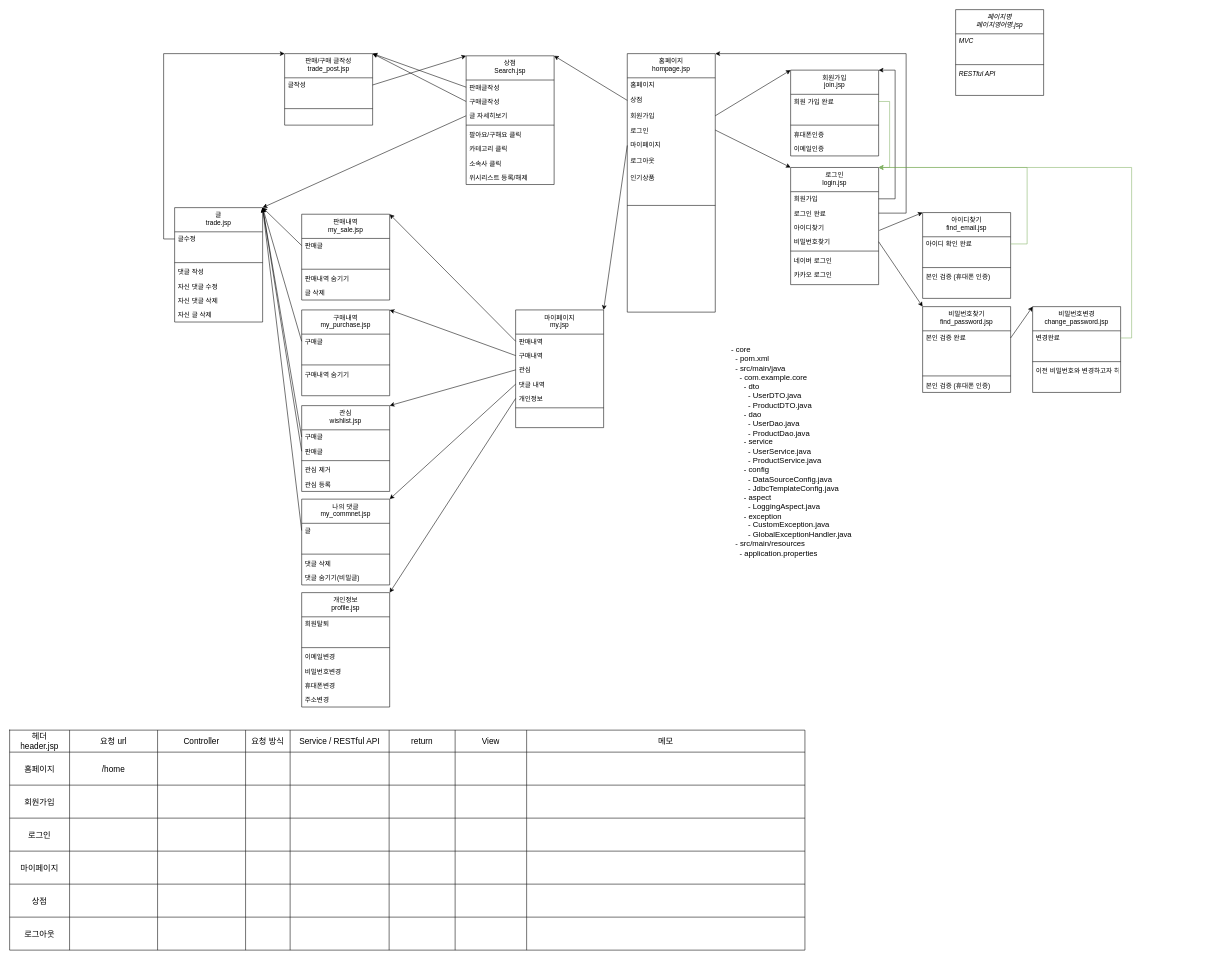
Earlier version of the draw.io diagram 프로젝트/다이어그램/굿즈원 흐름 다이어그램 2차.drawio (HoJinLee96/goodsone). Source tidied: cells renumbered, new cells numbered last; positions are measured from the earlier drawing's top-left corner, leaving out a move shared by most shapes. Both pictures are drawn from the tidied source at 55%, with x=0, y=0 at pixel (9, 9).
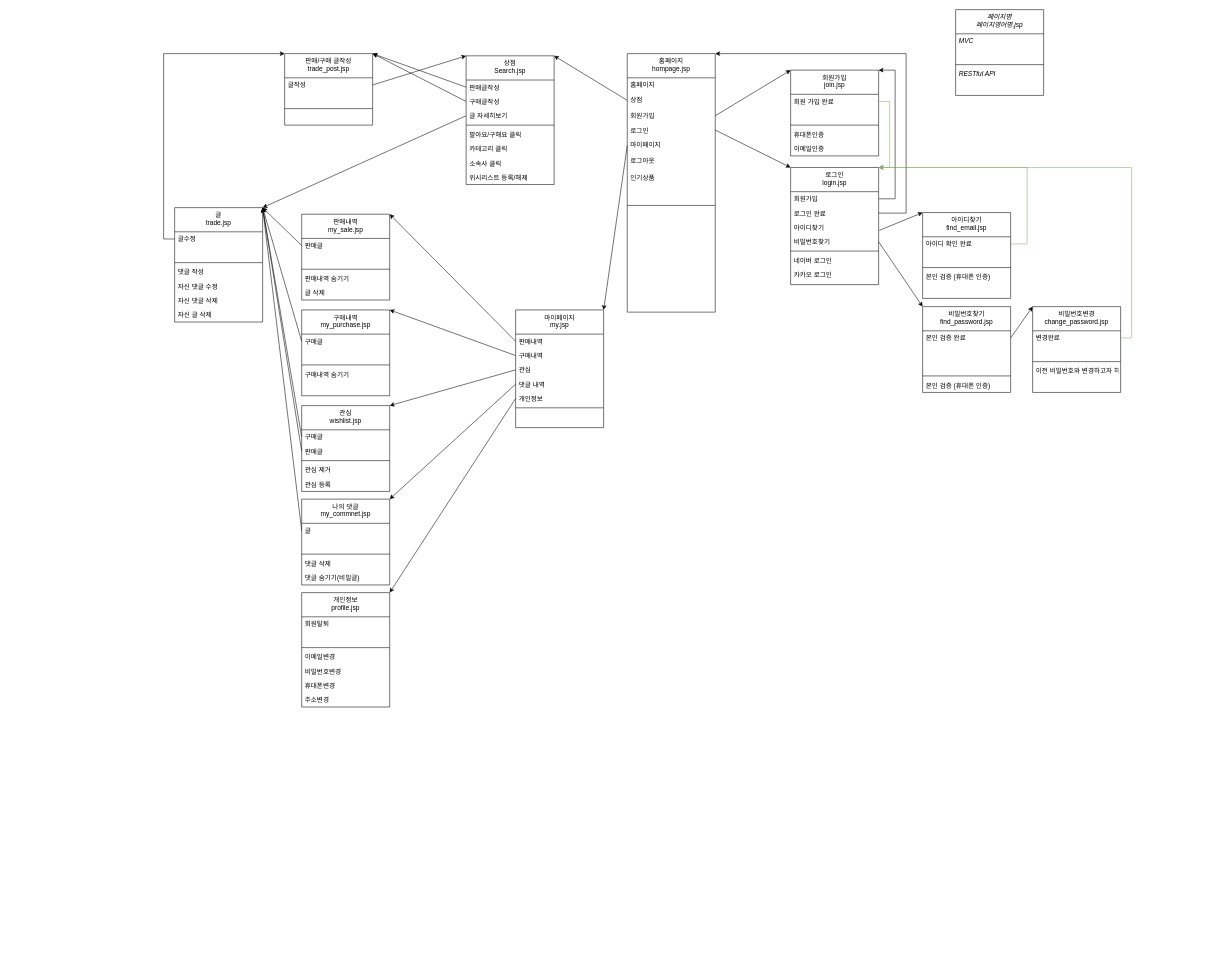
After the change.

What changed in the source:
```diff
@@
-    <mxCell id="138" style="shape=table;startSize=0;childLayout=tableLayout;fontSize=14;" parent="1" vertex="1">
-      <mxGeometry y="1310" width="1446" height="400" as="geometry" />
-    </mxCell>
-    <mxCell id="139" style="shape=tableRow;horizontal=0;startSize=0;swimlaneHead=0;swimlaneBody=0;strokeColor=inherit;top=0;left=0;bottom=0;right=0;fillColor=none;fontSize=16;" parent="138" vertex="1">
-      <mxGeometry width="1446" height="40" as="geometry" />
-    </mxCell>
-    <mxCell id="140" value="헤더&lt;br&gt;header.jsp" style="shape=partialRectangle;html=1;whiteSpace=wrap;strokeColor=inherit;overflow=hidden;fillColor=none;top=0;left=0;bottom=0;right=0;fontSize=15;" parent="139" vertex="1">
-      <mxGeometry width="109" height="40" as="geometry" />
-    </mxCell>
-    <mxCell id="141" value="요청 url" style="shape=partialRectangle;html=1;whiteSpace=wrap;strokeColor=inherit;overflow=hidden;fillColor=none;top=0;left=0;bottom=0;right=0;fontSize=15;" parent="139" vertex="1">
-      <mxGeometry x="109" width="160" height="40" as="geometry" />
-    </mxCell>
-    <mxCell id="142" value="Controller" style="shape=partialRectangle;html=1;whiteSpace=wrap;strokeColor=inherit;overflow=hidden;fillColor=none;top=0;left=0;bottom=0;right=0;fontSize=15;" parent="139" vertex="1">
-      <mxGeometry x="269" width="160" height="40" as="geometry" />
-    </mxCell>
-    <mxCell id="143" value="요청 방식" style="shape=partialRectangle;html=1;whiteSpace=wrap;strokeColor=inherit;overflow=hidden;fillColor=none;top=0;left=0;bottom=0;right=0;fontSize=15;" parent="139" vertex="1">
-      <mxGeometry x="429" width="81" height="40" as="geometry" />
-    </mxCell>
-    <mxCell id="144" value="Service / RESTful API" style="shape=partialRectangle;html=1;whiteSpace=wrap;strokeColor=inherit;overflow=hidden;fillColor=none;top=0;left=0;bottom=0;right=0;fontSize=15;" parent="139" vertex="1">
-      <mxGeometry x="510" width="180" height="40" as="geometry" />
-    </mxCell>
-    <mxCell id="145" value="return" style="shape=partialRectangle;html=1;whiteSpace=wrap;strokeColor=inherit;overflow=hidden;fillColor=none;top=0;left=0;bottom=0;right=0;fontSize=15;" parent="139" vertex="1">
-      <mxGeometry x="690" width="120" height="40" as="geometry" />
-    </mxCell>
-    <mxCell id="146" value="View" style="shape=partialRectangle;html=1;whiteSpace=wrap;strokeColor=inherit;overflow=hidden;fillColor=none;top=0;left=0;bottom=0;right=0;fontSize=15;" parent="139" vertex="1">
-      <mxGeometry x="810" width="130" height="40" as="geometry" />
-    </mxCell>
-    <mxCell id="147" value="메모" style="shape=partialRectangle;html=1;whiteSpace=wrap;strokeColor=inherit;overflow=hidden;fillColor=none;top=0;left=0;bottom=0;right=0;fontSize=15;" parent="139" vertex="1">
-      <mxGeometry x="940" width="506" height="40" as="geometry" />
-    </mxCell>
-    <mxCell id="148" style="shape=tableRow;horizontal=0;startSize=0;swimlaneHead=0;swimlaneBody=0;strokeColor=inherit;top=0;left=0;bottom=0;right=0;fillColor=none;fontSize=16;" parent="138" vertex="1">
-      <mxGeometry y="40" width="1446" height="60" as="geometry" />
-    </mxCell>
-    <mxCell id="149" value="홈페이지" style="shape=partialRectangle;html=1;whiteSpace=wrap;strokeColor=inherit;overflow=hidden;fillColor=none;top=0;left=0;bottom=0;right=0;fontSize=15;" parent="148" vertex="1">
-      <mxGeometry width="109" height="60" as="geometry" />
-    </mxCell>
-    <mxCell id="150" value="/home" style="shape=partialRectangle;html=1;whiteSpace=wrap;strokeColor=inherit;overflow=hidden;fillColor=none;top=0;left=0;bottom=0;right=0;fontSize=15;" parent="148" vertex="1">
-      <mxGeometry x="109" width="160" height="60" as="geometry" />
-    </mxCell>
-    <mxCell id="151" style="shape=partialRectangle;html=1;whiteSpace=wrap;strokeColor=inherit;overflow=hidden;fillColor=none;top=0;left=0;bottom=0;right=0;fontSize=15;" parent="148" vertex="1">
-      <mxGeometry x="269" width="160" height="60" as="geometry" />
-    </mxCell>
-    <mxCell id="152" style="shape=partialRectangle;html=1;whiteSpace=wrap;strokeColor=inherit;overflow=hidden;fillColor=none;top=0;left=0;bottom=0;right=0;fontSize=15;" parent="148" vertex="1">
-      <mxGeometry x="429" width="81" height="60" as="geometry" />
-    </mxCell>
-    <mxCell id="153" style="shape=partialRectangle;html=1;whiteSpace=wrap;strokeColor=inherit;overflow=hidden;fillColor=none;top=0;left=0;bottom=0;right=0;fontSize=15;" parent="148" vertex="1">
-      <mxGeometry x="510" width="180" height="60" as="geometry" />
-    </mxCell>
-    <mxCell id="154" style="shape=partialRectangle;html=1;whiteSpace=wrap;strokeColor=inherit;overflow=hidden;fillColor=none;top=0;left=0;bottom=0;right=0;fontSize=15;" parent="148" vertex="1">
-      <mxGeometry x="690" width="120" height="60" as="geometry" />
-    </mxCell>
-    <mxCell id="155" style="shape=partialRectangle;html=1;whiteSpace=wrap;strokeColor=inherit;overflow=hidden;fillColor=none;top=0;left=0;bottom=0;right=0;fontSize=15;" parent="148" vertex="1">
-      <mxGeometry x="810" width="130" height="60" as="geometry" />
-    </mxCell>
-    <mxCell id="156" style="shape=partialRectangle;html=1;whiteSpace=wrap;strokeColor=inherit;overflow=hidden;fillColor=none;top=0;left=0;bottom=0;right=0;fontSize=15;" parent="148" vertex="1">
-      <mxGeometry x="940" width="506" height="60" as="geometry" />
-    </mxCell>
-    <mxCell id="157" style="shape=tableRow;horizontal=0;startSize=0;swimlaneHead=0;swimlaneBody=0;strokeColor=inherit;top=0;left=0;bottom=0;right=0;fillColor=none;fontSize=16;" parent="138" vertex="1">
-      <mxGeometry y="100" width="1446" height="60" as="geometry" />
-    </mxCell>
-    <mxCell id="158" value="회원가입" style="shape=partialRectangle;html=1;whiteSpace=wrap;strokeColor=inherit;overflow=hidden;fillColor=none;top=0;left=0;bottom=0;right=0;fontSize=15;" parent="157" vertex="1">
-      <mxGeometry width="109" height="60" as="geometry" />
-    </mxCell>
-    <mxCell id="159" style="shape=partialRectangle;html=1;whiteSpace=wrap;strokeColor=inherit;overflow=hidden;fillColor=none;top=0;left=0;bottom=0;right=0;fontSize=15;" parent="157" vertex="1">
-      <mxGeometry x="109" width="160" height="60" as="geometry" />
-    </mxCell>
-    <mxCell id="160" style="shape=partialRectangle;html=1;whiteSpace=wrap;strokeColor=inherit;overflow=hidden;fillColor=none;top=0;left=0;bottom=0;right=0;fontSize=15;" parent="157" vertex="1">
-      <mxGeometry x="269" width="160" height="60" as="geometry" />
-    </mxCell>
-    <mxCell id="161" style="shape=partialRectangle;html=1;whiteSpace=wrap;strokeColor=inherit;overflow=hidden;fillColor=none;top=0;left=0;bottom=0;right=0;fontSize=15;" parent="157" vertex="1">
-      <mxGeometry x="429" width="81" height="60" as="geometry" />
-    </mxCell>
-    <mxCell id="162" style="shape=partialRectangle;html=1;whiteSpace=wrap;strokeColor=inherit;overflow=hidden;fillColor=none;top=0;left=0;bottom=0;right=0;fontSize=15;" parent="157" vertex="1">
-      <mxGeometry x="510" width="180" height="60" as="geometry" />
-    </mxCell>
-    <mxCell id="163" style="shape=partialRectangle;html=1;whiteSpace=wrap;strokeColor=inherit;overflow=hidden;fillColor=none;top=0;left=0;bottom=0;right=0;fontSize=15;" parent="157" vertex="1">
-      <mxGeometry x="690" width="120" height="60" as="geometry" />
-    </mxCell>
-    <mxCell id="164" style="shape=partialRectangle;html=1;whiteSpace=wrap;strokeColor=inherit;overflow=hidden;fillColor=none;top=0;left=0;bottom=0;right=0;fontSize=15;" parent="157" vertex="1">
-      <mxGeometry x="810" width="130" height="60" as="geometry" />
-    </mxCell>
-    <mxCell id="165" style="shape=partialRectangle;html=1;whiteSpace=wrap;strokeColor=inherit;overflow=hidden;fillColor=none;top=0;left=0;bottom=0;right=0;fontSize=15;" parent="157" vertex="1">
-      <mxGeometry x="940" width="506" height="60" as="geometry" />
-    </mxCell>
-    <mxCell id="166" style="shape=tableRow;horizontal=0;startSize=0;swimlaneHead=0;swimlaneBody=0;strokeColor=inherit;top=0;left=0;bottom=0;right=0;fillColor=none;fontSize=16;" parent="138" vertex="1">
-      <mxGeometry y="160" width="1446" height="60" as="geometry" />
-    </mxCell>
-    <mxCell id="167" value="로그인" style="shape=partialRectangle;html=1;whiteSpace=wrap;strokeColor=inherit;overflow=hidden;fillColor=none;top=0;left=0;bottom=0;right=0;fontSize=15;" parent="166" vertex="1">
-      <mxGeometry width="109" height="60" as="geometry" />
-    </mxCell>
-    <mxCell id="168" style="shape=partialRectangle;html=1;whiteSpace=wrap;strokeColor=inherit;overflow=hidden;fillColor=none;top=0;left=0;bottom=0;right=0;fontSize=15;" parent="166" vertex="1">
-      <mxGeometry x="109" width="160" height="60" as="geometry" />
-    </mxCell>
-    <mxCell id="169" style="shape=partialRectangle;html=1;whiteSpace=wrap;strokeColor=inherit;overflow=hidden;fillColor=none;top=0;left=0;bottom=0;right=0;fontSize=15;" parent="166" vertex="1">
-      <mxGeometry x="269" width="160" height="60" as="geometry" />
-    </mxCell>
-    <mxCell id="170" style="shape=partialRectangle;html=1;whiteSpace=wrap;strokeColor=inherit;overflow=hidden;fillColor=none;top=0;left=0;bottom=0;right=0;fontSize=15;" parent="166" vertex="1">
-      <mxGeometry x="429" width="81" height="60" as="geometry" />
-    </mxCell>
-    <mxCell id="171" style="shape=partialRectangle;html=1;whiteSpace=wrap;strokeColor=inherit;overflow=hidden;fillColor=none;top=0;left=0;bottom=0;right=0;fontSize=15;" parent="166" vertex="1">
-      <mxGeometry x="510" width="180" height="60" as="geometry" />
-    </mxCell>
-    <mxCell id="172" style="shape=partialRectangle;html=1;whiteSpace=wrap;strokeColor=inherit;overflow=hidden;fillColor=none;top=0;left=0;bottom=0;right=0;fontSize=15;" parent="166" vertex="1">
-      <mxGeometry x="690" width="120" height="60" as="geometry" />
-    </mxCell>
-    <mxCell id="173" style="shape=partialRectangle;html=1;whiteSpace=wrap;strokeColor=inherit;overflow=hidden;fillColor=none;top=0;left=0;bottom=0;right=0;fontSize=15;" parent="166" vertex="1">
-      <mxGeometry x="810" width="130" height="60" as="geometry" />
-    </mxCell>
-    <mxCell id="174" style="shape=partialRectangle;html=1;whiteSpace=wrap;strokeColor=inherit;overflow=hidden;fillColor=none;top=0;left=0;bottom=0;right=0;fontSize=15;" parent="166" vertex="1">
-      <mxGeometry x="940" width="506" height="60" as="geometry" />
-    </mxCell>
-    <mxCell id="175" style="shape=tableRow;horizontal=0;startSize=0;swimlaneHead=0;swimlaneBody=0;strokeColor=inherit;top=0;left=0;bottom=0;right=0;fillColor=none;fontSize=16;" parent="138" vertex="1">
-      <mxGeometry y="220" width="1446" height="60" as="geometry" />
-    </mxCell>
-    <mxCell id="176" value="마이페이지" style="shape=partialRectangle;html=1;whiteSpace=wrap;strokeColor=inherit;overflow=hidden;fillColor=none;top=0;left=0;bottom=0;right=0;fontSize=15;" parent="175" vertex="1">
-      <mxGeometry width="109" height="60" as="geometry" />
-    </mxCell>
-    <mxCell id="177" style="shape=partialRectangle;html=1;whiteSpace=wrap;strokeColor=inherit;overflow=hidden;fillColor=none;top=0;left=0;bottom=0;right=0;fontSize=15;" parent="175" vertex="1">
-      <mxGeometry x="109" width="160" height="60" as="geometry" />
-    </mxCell>
-    <mxCell id="178" style="shape=partialRectangle;html=1;whiteSpace=wrap;strokeColor=inherit;overflow=hidden;fillColor=none;top=0;left=0;bottom=0;right=0;fontSize=15;" parent="175" vertex="1">
-      <mxGeometry x="269" width="160" height="60" as="geometry" />
-    </mxCell>
-    <mxCell id="179" style="shape=partialRectangle;html=1;whiteSpace=wrap;strokeColor=inherit;overflow=hidden;fillColor=none;top=0;left=0;bottom=0;right=0;fontSize=15;" parent="175" vertex="1">
-      <mxGeometry x="429" width="81" height="60" as="geometry" />
-    </mxCell>
-    <mxCell id="180" style="shape=partialRectangle;html=1;whiteSpace=wrap;strokeColor=inherit;overflow=hidden;fillColor=none;top=0;left=0;bottom=0;right=0;fontSize=15;" parent="175" vertex="1">
-      <mxGeometry x="510" width="180" height="60" as="geometry" />
-    </mxCell>
-    <mxCell id="181" style="shape=partialRectangle;html=1;whiteSpace=wrap;strokeColor=inherit;overflow=hidden;fillColor=none;top=0;left=0;bottom=0;right=0;fontSize=15;" parent="175" vertex="1">
-      <mxGeometry x="690" width="120" height="60" as="geometry" />
-    </mxCell>
-    <mxCell id="182" style="shape=partialRectangle;html=1;whiteSpace=wrap;strokeColor=inherit;overflow=hidden;fillColor=none;top=0;left=0;bottom=0;right=0;fontSize=15;" parent="175" vertex="1">
-      <mxGeometry x="810" width="130" height="60" as="geometry" />
-    </mxCell>
-    <mxCell id="183" style="shape=partialRectangle;html=1;whiteSpace=wrap;strokeColor=inherit;overflow=hidden;fillColor=none;top=0;left=0;bottom=0;right=0;fontSize=15;" parent="175" vertex="1">
-      <mxGeometry x="940" width="506" height="60" as="geometry" />
-    </mxCell>
-    <mxCell id="184" style="shape=tableRow;horizontal=0;startSize=0;swimlaneHead=0;swimlaneBody=0;strokeColor=inherit;top=0;left=0;bottom=0;right=0;fillColor=none;fontSize=16;" parent="138" vertex="1">
-      <mxGeometry y="280" width="1446" height="60" as="geometry" />
-    </mxCell>
-    <mxCell id="185" value="상점" style="shape=partialRectangle;html=1;whiteSpace=wrap;strokeColor=inherit;overflow=hidden;fillColor=none;top=0;left=0;bottom=0;right=0;fontSize=15;" parent="184" vertex="1">
-      <mxGeometry width="109" height="60" as="geometry" />
-    </mxCell>
-    <mxCell id="186" style="shape=partialRectangle;html=1;whiteSpace=wrap;strokeColor=inherit;overflow=hidden;fillColor=none;top=0;left=0;bottom=0;right=0;fontSize=15;" parent="184" vertex="1">
-      <mxGeometry x="109" width="160" height="60" as="geometry" />
-    </mxCell>
-    <mxCell id="187" style="shape=partialRectangle;html=1;whiteSpace=wrap;strokeColor=inherit;overflow=hidden;fillColor=none;top=0;left=0;bottom=0;right=0;fontSize=15;" parent="184" vertex="1">
-      <mxGeometry x="269" width="160" height="60" as="geometry" />
-    </mxCell>
-    <mxCell id="188" style="shape=partialRectangle;html=1;whiteSpace=wrap;strokeColor=inherit;overflow=hidden;fillColor=none;top=0;left=0;bottom=0;right=0;fontSize=15;" parent="184" vertex="1">
-      <mxGeometry x="429" width="81" height="60" as="geometry" />
-    </mxCell>
-    <mxCell id="189" style="shape=partialRectangle;html=1;whiteSpace=wrap;strokeColor=inherit;overflow=hidden;fillColor=none;top=0;left=0;bottom=0;right=0;fontSize=15;" parent="184" vertex="1">
-      <mxGeometry x="510" width="180" height="60" as="geometry" />
-    </mxCell>
-    <mxCell id="190" style="shape=partialRectangle;html=1;whiteSpace=wrap;strokeColor=inherit;overflow=hidden;fillColor=none;top=0;left=0;bottom=0;right=0;fontSize=15;" parent="184" vertex="1">
-      <mxGeometry x="690" width="120" height="60" as="geometry" />
-    </mxCell>
-    <mxCell id="191" style="shape=partialRectangle;html=1;whiteSpace=wrap;strokeColor=inherit;overflow=hidden;fillColor=none;top=0;left=0;bottom=0;right=0;fontSize=15;" parent="184" vertex="1">
-      <mxGeometry x="810" width="130" height="60" as="geometry" />
-    </mxCell>
-    <mxCell id="192" style="shape=partialRectangle;html=1;whiteSpace=wrap;strokeColor=inherit;overflow=hidden;fillColor=none;top=0;left=0;bottom=0;right=0;fontSize=15;" parent="184" vertex="1">
-      <mxGeometry x="940" width="506" height="60" as="geometry" />
-    </mxCell>
-    <mxCell id="193" style="shape=tableRow;horizontal=0;startSize=0;swimlaneHead=0;swimlaneBody=0;strokeColor=inherit;top=0;left=0;bottom=0;right=0;fillColor=none;fontSize=16;" parent="138" vertex="1">
-      <mxGeometry y="340" width="1446" height="60" as="geometry" />
-    </mxCell>
-    <mxCell id="194" value="로그아웃" style="shape=partialRectangle;html=1;whiteSpace=wrap;strokeColor=inherit;overflow=hidden;fillColor=none;top=0;left=0;bottom=0;right=0;fontSize=15;" parent="193" vertex="1">
-      <mxGeometry width="109" height="60" as="geometry" />
-    </mxCell>
-    <mxCell id="195" style="shape=partialRectangle;html=1;whiteSpace=wrap;strokeColor=inherit;overflow=hidden;fillColor=none;top=0;left=0;bottom=0;right=0;fontSize=15;" parent="193" vertex="1">
-      <mxGeometry x="109" width="160" height="60" as="geometry" />
-    </mxCell>
-    <mxCell id="196" style="shape=partialRectangle;html=1;whiteSpace=wrap;strokeColor=inherit;overflow=hidden;fillColor=none;top=0;left=0;bottom=0;right=0;fontSize=15;" parent="193" vertex="1">
-      <mxGeometry x="269" width="160" height="60" as="geometry" />
-    </mxCell>
-    <mxCell id="197" style="shape=partialRectangle;html=1;whiteSpace=wrap;strokeColor=inherit;overflow=hidden;fillColor=none;top=0;left=0;bottom=0;right=0;fontSize=15;" parent="193" vertex="1">
-      <mxGeometry x="429" width="81" height="60" as="geometry" />
-    </mxCell>
-    <mxCell id="198" style="shape=partialRectangle;html=1;whiteSpace=wrap;strokeColor=inherit;overflow=hidden;fillColor=none;top=0;left=0;bottom=0;right=0;fontSize=15;" parent="193" vertex="1">
-      <mxGeometry x="510" width="180" height="60" as="geometry" />
-    </mxCell>
-    <mxCell id="199" style="shape=partialRectangle;html=1;whiteSpace=wrap;strokeColor=inherit;overflow=hidden;fillColor=none;top=0;left=0;bottom=0;right=0;fontSize=15;" parent="193" vertex="1">
-      <mxGeometry x="690" width="120" height="60" as="geometry" />
-    </mxCell>
-    <mxCell id="200" style="shape=partialRectangle;html=1;whiteSpace=wrap;strokeColor=inherit;overflow=hidden;fillColor=none;top=0;left=0;bottom=0;right=0;fontSize=15;" parent="193" vertex="1">
-      <mxGeometry x="810" width="130" height="60" as="geometry" />
-    </mxCell>
-    <mxCell id="201" style="shape=partialRectangle;html=1;whiteSpace=wrap;strokeColor=inherit;overflow=hidden;fillColor=none;top=0;left=0;bottom=0;right=0;fontSize=15;" parent="193" vertex="1">
-      <mxGeometry x="940" width="506" height="60" as="geometry" />
-    </mxCell>
-    <mxCell id="202" value="&lt;div style=&quot;font-size: 14px;&quot;&gt;&lt;font style=&quot;font-size: 14px;&quot;&gt;- core&lt;/font&gt;&lt;/div&gt;&lt;div style=&quot;font-size: 14px;&quot;&gt;&lt;font style=&quot;font-size: 14px;&quot;&gt;&amp;nbsp; - pom.xml&lt;/font&gt;&lt;/div&gt;&lt;div style=&quot;font-size: 14px;&quot;&gt;&lt;font style=&quot;font-size: 14px;&quot;&gt;&amp;nbsp; - src/main/java&lt;/font&gt;&lt;/div&gt;&lt;div style=&quot;font-size: 14px;&quot;&gt;&lt;font style=&quot;font-size: 14px;&quot;&gt;&amp;nbsp; &amp;nbsp; - com.example.core&lt;/font&gt;&lt;/div&gt;&lt;div style=&quot;font-size: 14px;&quot;&gt;&lt;font style=&quot;font-size: 14px;&quot;&gt;&amp;nbsp; &amp;nbsp; &amp;nbsp; - dto&lt;/font&gt;&lt;/div&gt;&lt;div style=&quot;font-size: 14px;&quot;&gt;&lt;font style=&quot;font-size: 14px;&quot;&gt;&amp;nbsp; &amp;nbsp; &amp;nbsp; &amp;nbsp; - UserDTO.java&lt;/font&gt;&lt;/div&gt;&lt;div style=&quot;font-size: 14px;&quot;&gt;&lt;font style=&quot;font-size: 14px;&quot;&gt;&amp;nbsp; &amp;nbsp; &amp;nbsp; &amp;nbsp; - ProductDTO.java&lt;/font&gt;&lt;/div&gt;&lt;div style=&quot;font-size: 14px;&quot;&gt;&lt;font style=&quot;font-size: 14px;&quot;&gt;&amp;nbsp; &amp;nbsp; &amp;nbsp; - dao&lt;/font&gt;&lt;/div&gt;&lt;div style=&quot;font-size: 14px;&quot;&gt;&lt;font style=&quot;font-size: 14px;&quot;&gt;&amp;nbsp; &amp;nbsp; &amp;nbsp; &amp;nbsp; - UserDao.java&lt;/font&gt;&lt;/div&gt;&lt;div style=&quot;font-size: 14px;&quot;&gt;&lt;font style=&quot;font-size: 14px;&quot;&gt;&amp;nbsp; &amp;nbsp; &amp;nbsp; &amp;nbsp; - ProductDao.java&lt;/font&gt;&lt;/div&gt;&lt;div style=&quot;font-size: 14px;&quot;&gt;&lt;font style=&quot;font-size: 14px;&quot;&gt;&amp;nbsp; &amp;nbsp; &amp;nbsp; - service&lt;/font&gt;&lt;/div&gt;&lt;div style=&quot;font-size: 14px;&quot;&gt;&lt;font style=&quot;font-size: 14px;&quot;&gt;&amp;nbsp; &amp;nbsp; &amp;nbsp; &amp;nbsp; - UserService.java&lt;/font&gt;&lt;/div&gt;&lt;div style=&quot;font-size: 14px;&quot;&gt;&lt;font style=&quot;font-size: 14px;&quot;&gt;&amp;nbsp; &amp;nbsp; &amp;nbsp; &amp;nbsp; - ProductService.java&lt;/font&gt;&lt;/div&gt;&lt;div style=&quot;font-size: 14px;&quot;&gt;&lt;font style=&quot;font-size: 14px;&quot;&gt;&amp;nbsp; &amp;nbsp; &amp;nbsp; - config&lt;/font&gt;&lt;/div&gt;&lt;div style=&quot;font-size: 14px;&quot;&gt;&lt;font style=&quot;font-size: 14px;&quot;&gt;&amp;nbsp; &amp;nbsp; &amp;nbsp; &amp;nbsp; - DataSourceConfig.java&lt;/font&gt;&lt;/div&gt;&lt;div style=&quot;font-size: 14px;&quot;&gt;&lt;font style=&quot;font-size: 14px;&quot;&gt;&amp;nbsp; &amp;nbsp; &amp;nbsp; &amp;nbsp; - JdbcTemplateConfig.java&lt;/font&gt;&lt;/div&gt;&lt;div style=&quot;font-size: 14px;&quot;&gt;&lt;font style=&quot;font-size: 14px;&quot;&gt;&amp;nbsp; &amp;nbsp; &amp;nbsp; - aspect&lt;/font&gt;&lt;/div&gt;&lt;div style=&quot;font-size: 14px;&quot;&gt;&lt;font style=&quot;font-size: 14px;&quot;&gt;&amp;nbsp; &amp;nbsp; &amp;nbsp; &amp;nbsp; - LoggingAspect.java&lt;/font&gt;&lt;/div&gt;&lt;div style=&quot;font-size: 14px;&quot;&gt;&lt;font style=&quot;font-size: 14px;&quot;&gt;&amp;nbsp; &amp;nbsp; &amp;nbsp; - exception&lt;/font&gt;&lt;/div&gt;&lt;div style=&quot;font-size: 14px;&quot;&gt;&lt;font style=&quot;font-size: 14px;&quot;&gt;&amp;nbsp; &amp;nbsp; &amp;nbsp; &amp;nbsp; - CustomException.java&lt;/font&gt;&lt;/div&gt;&lt;div style=&quot;font-size: 14px;&quot;&gt;&lt;font style=&quot;font-size: 14px;&quot;&gt;&amp;nbsp; &amp;nbsp; &amp;nbsp; &amp;nbsp; - GlobalExceptionHandler.java&lt;/font&gt;&lt;/div&gt;&lt;div style=&quot;font-size: 14px;&quot;&gt;&lt;font style=&quot;font-size: 14px;&quot;&gt;&amp;nbsp; - src/main/resources&lt;/font&gt;&lt;/div&gt;&lt;div style=&quot;font-size: 14px;&quot;&gt;&lt;font style=&quot;font-size: 14px;&quot;&gt;&amp;nbsp; &amp;nbsp; - application.properties&lt;/font&gt;&lt;/div&gt;" style="text;html=1;align=left;verticalAlign=middle;strokeColor=none;fillColor=none;" parent="1" vertex="1">
-      <mxGeometry x="1310" y="603" width="240" height="400" as="geometry" />
-    </mxCell>
```
